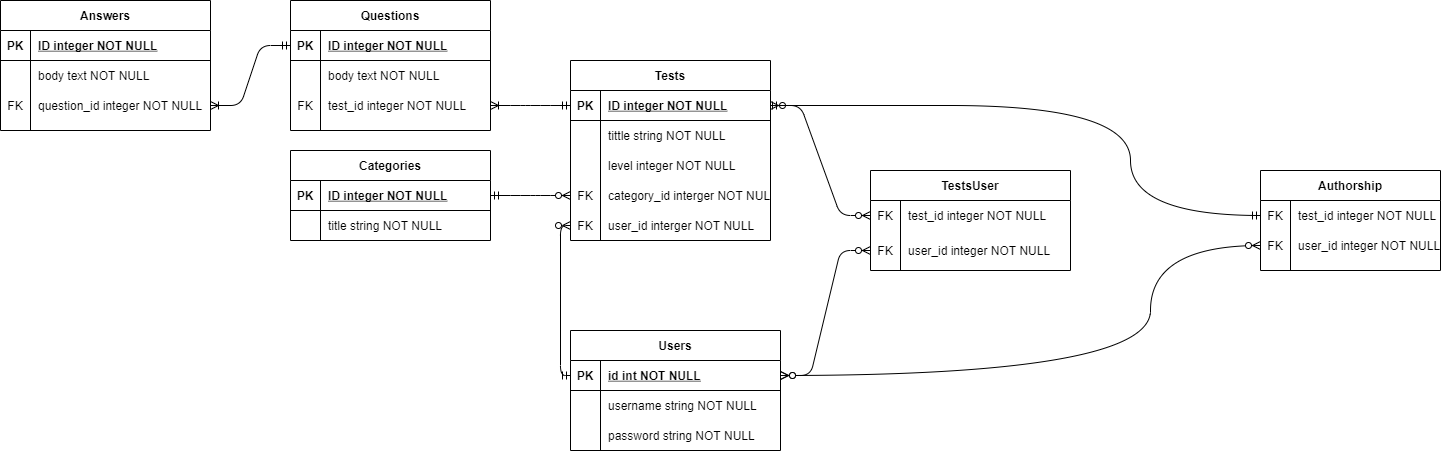
This is images/Testguru_ER_diagram.png from skrepkoed/TestGuru, a draw.io export, as it was before one commit. Source tidied: cells renumbered, new cells last; positions are measured from the earlier drawing's top-left corner, leaving out a move shared by most shapes.
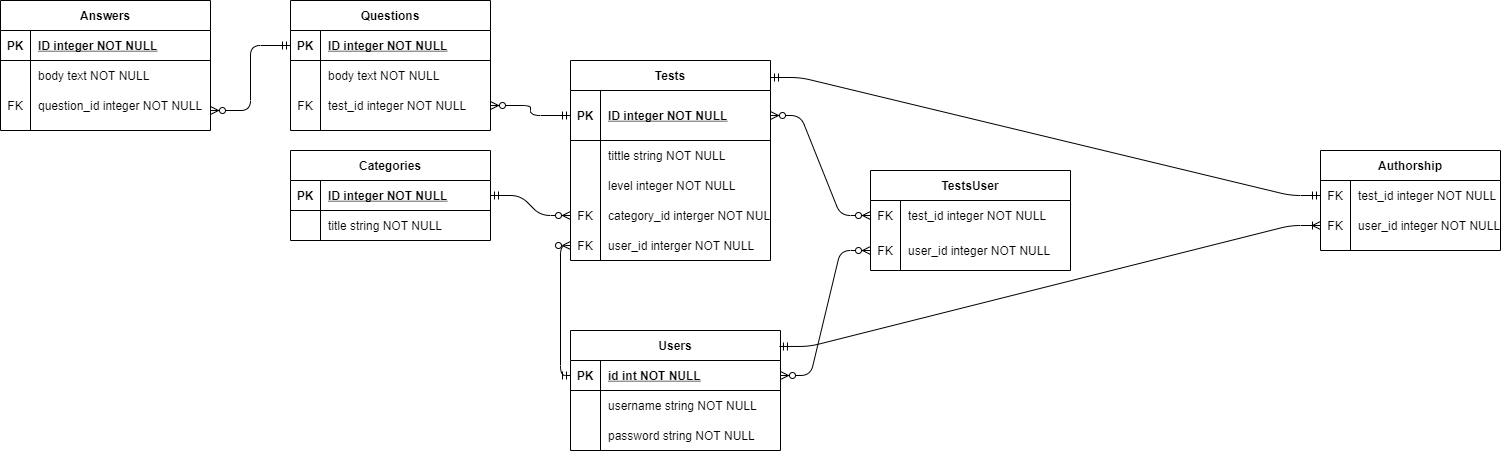
After the change.

Commit message:
Исправлена ER диаграмма

Diff of the diagram source:
```diff
@@ -57,19 +57,19 @@
       <mxGeometry relative="1" as="geometry" />
     </mxCell>
     <mxCell id="20" value="Tests" style="shape=table;startSize=30;rowLines=0;fontStyle=1;align=center;" parent="1" vertex="1">
-      <mxGeometry x="570" y="60" width="200" height="180" as="geometry" />
+      <mxGeometry x="570" y="60" width="200" height="200" as="geometry" />
     </mxCell>
     <mxCell id="21" style="shape=partialRectangle;fillColor=none;top=0;left=0;bottom=1;right=0;points=[[0,0.5],[1,0.5]];portConstraint=eastwest;" parent="20" vertex="1">
-      <mxGeometry y="30" width="200" height="30" as="geometry" />
+      <mxGeometry y="30" width="200" height="50" as="geometry" />
     </mxCell>
     <mxCell id="22" value="PK" style="shape=partialRectangle;fillColor=none;top=0;left=0;bottom=0;right=0;fontStyle=1;overflow=hidden;" parent="21" vertex="1">
-      <mxGeometry width="30" height="30" as="geometry" />
+      <mxGeometry width="30" height="50" as="geometry" />
     </mxCell>
     <mxCell id="23" value="ID integer NOT NULL" style="shape=partialRectangle;fillColor=none;top=0;left=0;bottom=0;right=0;align=left;spacingLeft=6;fontStyle=5;overflow=hidden;" parent="21" vertex="1">
-      <mxGeometry x="30" width="170" height="30" as="geometry" />
+      <mxGeometry x="30" width="170" height="50" as="geometry" />
     </mxCell>
     <mxCell id="24" style="shape=partialRectangle;fillColor=none;top=0;left=0;bottom=0;right=0;" parent="20" vertex="1">
-      <mxGeometry y="60" width="200" height="30" as="geometry" />
+      <mxGeometry y="80" width="200" height="30" as="geometry" />
     </mxCell>
     <mxCell id="25" style="shape=partialRectangle;fillColor=none;top=0;left=0;bottom=0;right=0;overflow=hidden;" parent="24" vertex="1">
       <mxGeometry width="30" height="30" as="geometry" />
@@ -78,7 +78,7 @@
       <mxGeometry x="30" width="170" height="30" as="geometry" />
     </mxCell>
     <mxCell id="27" style="shape=partialRectangle;fillColor=none;top=0;left=0;bottom=0;right=0;" parent="20" vertex="1">
-      <mxGeometry y="90" width="200" height="30" as="geometry" />
+      <mxGeometry y="110" width="200" height="30" as="geometry" />
     </mxCell>
     <mxCell id="28" style="shape=partialRectangle;fillColor=none;top=0;left=0;bottom=0;right=0;overflow=hidden;" parent="27" vertex="1">
       <mxGeometry width="30" height="30" as="geometry" />
@@ -87,7 +87,7 @@
       <mxGeometry x="30" width="170" height="30" as="geometry" />
     </mxCell>
     <mxCell id="30" style="shape=partialRectangle;fillColor=none;top=0;left=0;bottom=0;right=0;points=[[0,0.5],[1,0.5]];portConstraint=eastwest;" parent="20" vertex="1">
-      <mxGeometry y="120" width="200" height="30" as="geometry" />
+      <mxGeometry y="140" width="200" height="30" as="geometry" />
     </mxCell>
     <mxCell id="31" value="FK" style="shape=partialRectangle;fillColor=none;top=0;left=0;bottom=0;right=0;overflow=hidden;" parent="30" vertex="1">
       <mxGeometry width="30" height="30" as="geometry" />
@@ -96,7 +96,7 @@
       <mxGeometry x="30" width="170" height="30" as="geometry" />
     </mxCell>
     <mxCell id="33" style="shape=partialRectangle;fillColor=none;top=0;left=0;bottom=0;right=0;points=[[0,0.5],[1,0.5]];portConstraint=eastwest;" parent="20" vertex="1">
-      <mxGeometry y="150" width="200" height="30" as="geometry" />
+      <mxGeometry y="170" width="200" height="30" as="geometry" />
     </mxCell>
     <mxCell id="34" value="FK" style="shape=partialRectangle;fillColor=none;top=0;left=0;bottom=0;right=0;overflow=hidden;" parent="33" vertex="1">
       <mxGeometry width="30" height="30" as="geometry" />
@@ -164,9 +164,6 @@
     <mxCell id="55" value="test_id integer NOT NULL" style="shape=partialRectangle;fillColor=none;top=0;left=0;bottom=0;right=0;align=left;spacingLeft=6;overflow=hidden;" parent="53" vertex="1">
       <mxGeometry x="30" width="170" height="30" as="geometry" />
     </mxCell>
-    <mxCell id="56" style="edgeStyle=entityRelationEdgeStyle;fontSize=12;html=1;endArrow=ERoneToMany;startArrow=ERmandOne;exitX=0;exitY=0.5;exitDx=0;exitDy=0;entryX=1;entryY=0.5;entryDx=0;entryDy=0;" parent="1" edge="1" source="21" target="53">
-      <mxGeometry relative="1" as="geometry" />
-    </mxCell>
     <mxCell id="57" value="Answers" style="shape=table;startSize=30;rowLines=0;fontStyle=1;align=center;" parent="1" vertex="1">
       <mxGeometry width="210" height="130" as="geometry" />
     </mxCell>
@@ -197,11 +194,8 @@
     <mxCell id="66" value="question_id integer NOT NULL" style="shape=partialRectangle;fillColor=none;top=0;left=0;bottom=0;right=0;align=left;spacingLeft=6;overflow=hidden;" parent="64" vertex="1">
       <mxGeometry x="30" width="180" height="30" as="geometry" />
     </mxCell>
-    <mxCell id="67" style="edgeStyle=entityRelationEdgeStyle;fontSize=12;html=1;endArrow=ERoneToMany;startArrow=ERmandOne;exitX=0;exitY=0.5;exitDx=0;exitDy=0;" parent="1" edge="1" source="47" target="64">
-      <mxGeometry relative="1" as="geometry" />
-    </mxCell>
     <mxCell id="68" value="Authorship" style="shape=table;startSize=30;rowLines=0;fontStyle=1;align=center;" parent="1" vertex="1">
-      <mxGeometry x="1260" y="170" width="180" height="100" as="geometry" />
+      <mxGeometry x="1320" y="150" width="180" height="100" as="geometry" />
     </mxCell>
     <mxCell id="69" style="shape=partialRectangle;fillColor=none;top=0;left=0;bottom=0;right=0;points=[[0,0.5],[1,0.5]];portConstraint=eastwest;" parent="68" vertex="1">
       <mxGeometry y="30" width="180" height="30" as="geometry" />
@@ -221,23 +215,24 @@
     <mxCell id="74" value="user_id integer NOT NULL" style="shape=partialRectangle;fillColor=none;top=0;left=0;bottom=0;right=0;align=left;spacingLeft=6;overflow=hidden;" parent="72" vertex="1">
       <mxGeometry x="30" width="150" height="30" as="geometry" />
     </mxCell>
-    <mxCell id="75" style="edgeStyle=orthogonalEdgeStyle;fontSize=12;html=1;endArrow=ERzeroToMany;endFill=1;startArrow=ERzeroToMany;entryX=0;entryY=0.5;entryDx=0;entryDy=0;exitX=1;exitY=0.5;exitDx=0;exitDy=0;curved=1;" parent="1" edge="1" source="3" target="72">
-      <mxGeometry relative="1" as="geometry">
-        <Array as="points">
-          <mxPoint x="1150" y="375" />
-          <mxPoint x="1150" y="245" />
-        </Array>
-      </mxGeometry>
-    </mxCell>
-    <mxCell id="76" style="edgeStyle=orthogonalEdgeStyle;fontSize=12;html=1;endArrow=ERmandOne;startArrow=ERmandOne;entryX=0;entryY=0.5;entryDx=0;entryDy=0;curved=1;" parent="1" edge="1" target="69">
-      <mxGeometry relative="1" as="geometry">
-        <mxPoint x="780" y="105" as="sourcePoint" />
-        <Array as="points">
-          <mxPoint x="769" y="105" />
-          <mxPoint x="1130" y="105" />
-          <mxPoint x="1130" y="215" />
-        </Array>
-      </mxGeometry>
+    <mxCell id="76" style="edgeStyle=entityRelationEdgeStyle;fontSize=12;html=1;endArrow=ERmandOne;startArrow=ERmandOne;entryX=0;entryY=0.5;entryDx=0;entryDy=0;exitX=1;exitY=0.085;exitDx=0;exitDy=0;exitPerimeter=0;" parent="1" edge="1" source="20" target="69">
+      <mxGeometry relative="1" as="geometry" />
     </mxCell>
+    <mxCell id="77" style="edgeStyle=entityRelationEdgeStyle;fontSize=12;html=1;endArrow=ERoneToMany;startArrow=ERmandOne;exitX=0.995;exitY=0.133;exitDx=0;exitDy=0;exitPerimeter=0;entryX=0;entryY=0.5;entryDx=0;entryDy=0;" parent="1" edge="1" source="2" target="72">
+      <mxGeometry relative="1" as="geometry" />
+    </mxCell>
+    <mxCell id="78" style="edgeStyle=elbowEdgeStyle;fontSize=12;html=1;endArrow=ERzeroToMany;startArrow=ERmandOne;exitX=0;exitY=0.5;exitDx=0;exitDy=0;" parent="1" edge="1" source="47">
+      <mxGeometry relative="1" as="geometry">
+        <mxPoint x="210" y="110" as="targetPoint" />
+      </mxGeometry>
+    </mxCell>
+    <mxCell id="79" style="edgeStyle=elbowEdgeStyle;fontSize=12;html=1;endArrow=ERzeroToMany;startArrow=ERmandOne;exitX=0;exitY=0.5;exitDx=0;exitDy=0;" parent="1" edge="1" source="21">
+      <mxGeometry relative="1" as="geometry">
+        <mxPoint x="490" y="105" as="targetPoint" />
+        <Array as="points">
+          <mxPoint x="530" y="115" />
+        </Array>
+      </mxGeometry>
+    </mxCell>
   </root>
 </mxGraphModel>
```
